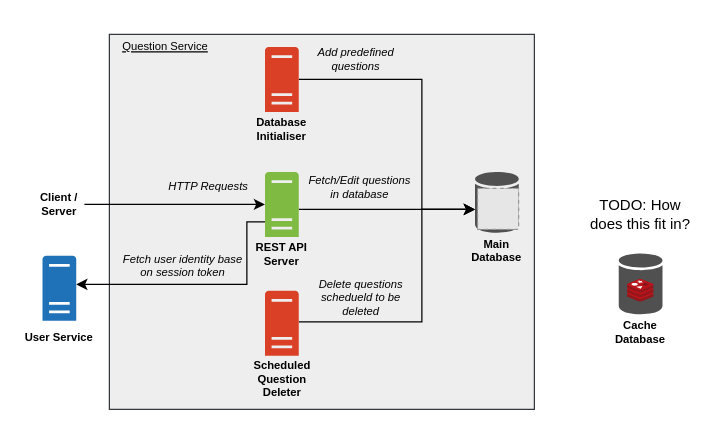
Earlier version of the draw.io diagram images/architecture.drawio (CS3219-AY2324S1-G04/peerprep_question_service). Source tidied: cells renumbered, new cells numbered last; positions are measured from the earlier drawing's top-left corner, leaving out a move shared by most shapes. Both pictures are drawn from the tidied source at 125%, with x=0, y=0 at pixel (21, 34). Pictures stored in the file or linked from it are replaced by grey dashed boxes.
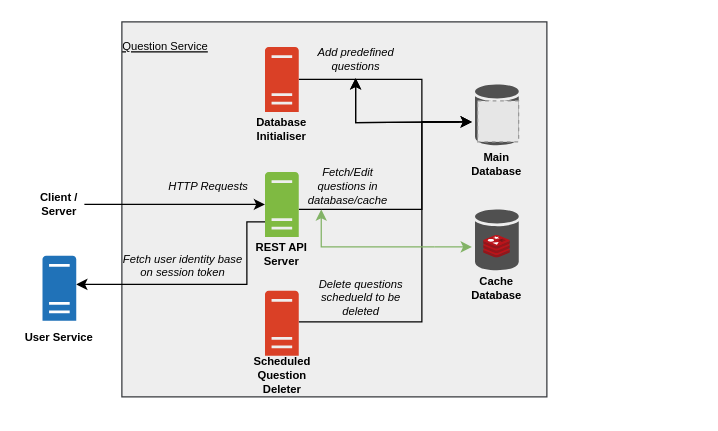
The same page after the edit.

Commit message (it also covers changes not shown here):
Update architecture diagram to include redis cache

Unchanged cells that the change refers to:
```xml
<mxCell id="11" value="Add predefined questions" style="text;html=1;strokeColor=none;fillColor=none;align=center;verticalAlign=middle;whiteSpace=wrap;rounded=0;fontSize=9;spacing=2;horizontal=1;fontStyle=2;" parent="1" vertex="1">
  <mxGeometry x="221.5" y="5" width="91" height="30" as="geometry" />
</mxCell>
<mxCell id="22" style="sketch=0;shadow=0;dashed=0;html=1;strokeColor=none;fillColor=#505050;labelPosition=center;verticalLabelPosition=bottom;verticalAlign=top;outlineConnect=0;align=center;shape=mxgraph.office.databases.database;" parent="21" vertex="1">
  <mxGeometry width="35" height="49" as="geometry" />
</mxCell>
<mxCell id="27" style="sketch=0;shadow=0;dashed=0;html=1;strokeColor=none;labelPosition=center;verticalLabelPosition=bottom;verticalAlign=top;outlineConnect=0;align=center;shape=mxgraph.office.servers.server_generic;fillColor=#7FBA42;" parent="25" vertex="1">
  <mxGeometry x="16.5" width="27" height="52" as="geometry" />
</mxCell>
<mxCell id="28" style="group;" parent="1" vertex="1">
  <mxGeometry x="176.5" y="205" width="63" height="85" as="geometry" />
</mxCell>
<mxCell id="29" style="sketch=0;shadow=0;dashed=0;html=1;strokeColor=none;fillColor=#DA4026;labelPosition=center;verticalLabelPosition=bottom;verticalAlign=top;outlineConnect=0;align=center;shape=mxgraph.office.servers.server_generic;" parent="28" vertex="1">
  <mxGeometry x="18" width="27" height="52" as="geometry" />
</mxCell>
<mxCell id="33" style="sketch=0;shadow=0;dashed=0;html=1;strokeColor=none;labelPosition=center;verticalLabelPosition=bottom;verticalAlign=top;outlineConnect=0;align=center;shape=mxgraph.office.servers.server_generic;fillColor=#DA4026;" parent="31" vertex="1">
  <mxGeometry x="16.5" width="27" height="52" as="geometry" />
</mxCell>
```

The edit, as a diff of the source:
```diff
@@
     <mxCell id="2" style="rounded=0;whiteSpace=wrap;html=1;fillColor=#eeeeee;strokeColor=#36393d;" parent="1" vertex="1">
-      <mxGeometry x="70" width="340" height="300" as="geometry" />
+      <mxGeometry x="80" y="-10" width="340" height="300" as="geometry" />
     </mxCell>
-    <mxCell id="3" style="edgeStyle=orthogonalEdgeStyle;rounded=0;jettySize=auto;html=1;" parent="1" edge="1" source="27" target="22">
+    <mxCell id="3" style="edgeStyle=orthogonalEdgeStyle;rounded=0;jettySize=auto;html=1;" parent="1" edge="1" source="27">
       <mxGeometry relative="1" as="geometry">
+        <mxPoint x="360" y="70" as="targetPoint" />
         <Array as="points">
-          <mxPoint x="350" y="140" />
-          <mxPoint x="350" y="140" />
+          <mxPoint x="320" y="140" />
+          <mxPoint x="320" y="70" />
         </Array>
       </mxGeometry>
     </mxCell>
-    <mxCell id="4" value="Fetch/Edit questions in database" style="text;html=1;strokeColor=none;fillColor=none;align=center;verticalAlign=middle;whiteSpace=wrap;rounded=0;fontSize=9;spacing=2;horizontal=1;fontStyle=2;" parent="1" vertex="1">
-      <mxGeometry x="225.2" y="107" width="91" height="30" as="geometry" />
+    <mxCell id="4" value="Fetch/Edit questions in database/cache" style="text;html=1;strokeColor=none;fillColor=none;align=center;verticalAlign=middle;whiteSpace=wrap;rounded=0;fontSize=9;spacing=2;horizontal=1;fontStyle=2;" parent="1" vertex="1">
+      <mxGeometry x="221.5" y="107" width="77.5" height="30" as="geometry" />
     </mxCell>
@@
-    <mxCell id="8" style="edgeStyle=orthogonalEdgeStyle;rounded=0;jettySize=auto;html=1;" parent="1" edge="1" source="33" target="22">
+    <mxCell id="8" style="edgeStyle=orthogonalEdgeStyle;rounded=0;jettySize=auto;html=1;" parent="1" edge="1" source="33">
       <mxGeometry relative="1" as="geometry">
+        <mxPoint x="360" y="70" as="targetPoint" />
         <Array as="points">
           <mxPoint x="320" y="36" />
-          <mxPoint x="320" y="140" />
+          <mxPoint x="320" y="70" />
         </Array>
       </mxGeometry>
     </mxCell>
@@
-    <mxCell id="10" style="edgeStyle=orthogonalEdgeStyle;rounded=0;jettySize=auto;html=1;" parent="1" edge="1" source="29" target="22">
+    <mxCell id="10" style="edgeStyle=orthogonalEdgeStyle;rounded=0;jettySize=auto;html=1;" parent="1" edge="1" source="29">
       <mxGeometry relative="1" as="geometry">
+        <mxPoint x="360" y="70" as="targetPoint" />
         <Array as="points">
           <mxPoint x="320" y="230" />
-          <mxPoint x="320" y="140" />
+          <mxPoint x="320" y="70" />
         </Array>
       </mxGeometry>
     </mxCell>
@@
     <mxCell id="15" style="group;" parent="1" vertex="1">
-      <mxGeometry x="465" y="175.2" width="60" height="77" as="geometry" />
+      <mxGeometry x="350" y="140" width="60" height="77" as="geometry" />
     </mxCell>
@@
     <mxCell id="20" style="group;" parent="1" vertex="1">
-      <mxGeometry x="350" y="110" width="60" height="77" as="geometry" />
+      <mxGeometry x="350" y="40" width="60" height="77" as="geometry" />
     </mxCell>
@@
     <mxCell id="24" value="Main Database" style="text;html=1;strokeColor=none;fillColor=none;align=center;verticalAlign=middle;whiteSpace=wrap;rounded=0;fontSize=9;spacing=2;horizontal=1;fontStyle=1;" parent="20" vertex="1">
-      <mxGeometry y="49" width="60" height="28" as="geometry" />
+      <mxGeometry y="50" width="60" height="27" as="geometry" />
     </mxCell>
@@
     <mxCell id="30" value="Scheduled Question Deleter" style="text;html=1;strokeColor=none;fillColor=none;align=center;verticalAlign=middle;whiteSpace=wrap;rounded=0;fontSize=9;spacing=2;horizontal=1;fontStyle=1;" parent="28" vertex="1">
-      <mxGeometry y="57" width="63" height="28" as="geometry" />
+      <mxGeometry y="50" width="63" height="35" as="geometry" />
     </mxCell>
@@
-    <mxCell id="37" value="TODO: How does this fit in?" style="text;html=1;strokeColor=none;fillColor=none;align=center;verticalAlign=middle;whiteSpace=wrap;rounded=0;" parent="1" vertex="1">
-      <mxGeometry x="450" y="117.8" width="90" height="53" as="geometry" />
-    </mxCell>
+    <mxCell id="38" style="edgeStyle=orthogonalEdgeStyle;rounded=0;jettySize=auto;html=1;" parent="1" edge="1" target="11">
+      <mxGeometry relative="1" as="geometry">
+        <mxPoint x="350" y="70" as="sourcePoint" />
+      </mxGeometry>
+    </mxCell>
+    <mxCell id="39" style="edgeStyle=orthogonalEdgeStyle;rounded=0;orthogonalLoop=1;jettySize=auto;html=1;endArrow=classic;endFill=1;fillColor=#d5e8d4;strokeColor=#82b366;" parent="1" edge="1">
+      <mxGeometry relative="1" as="geometry">
+        <mxPoint x="330" y="170" as="sourcePoint" />
+        <mxPoint x="239.5" y="140" as="targetPoint" />
+        <Array as="points">
+          <mxPoint x="240" y="170" />
+        </Array>
+      </mxGeometry>
+    </mxCell>
+    <mxCell id="40" style="endArrow=classic;html=1;rounded=0;endSize=6;startSize=6;targetPerimeterSpacing=0;jumpSize=6;fillColor=#d5e8d4;strokeColor=#82b366;" parent="1" edge="1">
+      <mxGeometry relative="1" as="geometry">
+        <mxPoint x="330" y="170" as="sourcePoint" />
+        <mxPoint x="360" y="170" as="targetPoint" />
+      </mxGeometry>
+    </mxCell>
+    <mxCell id="41" style="edgeStyle=orthogonalEdgeStyle;rounded=0;jumpSize=6;jettySize=auto;html=1;endArrow=classic;endFill=1;startSize=6;endSize=6;targetPerimeterSpacing=0;" parent="1" edge="1" target="11">
+      <mxGeometry relative="1" as="geometry">
+        <mxPoint x="350" y="70" as="sourcePoint" />
+      </mxGeometry>
+    </mxCell>
```
